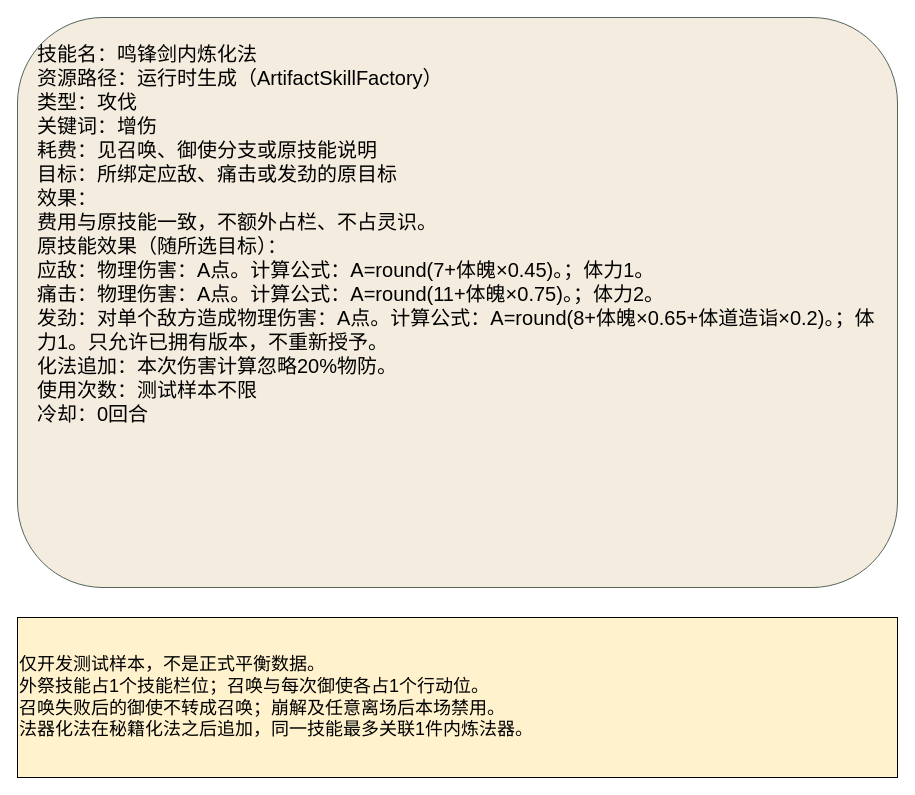
Earlier version of the draw.io diagram docs/卡牌词典/法器测试/鸣锋内炼化法.drawio (ankundanetracyc-spec/tian-guan-you-du). Source tidied: cells renumbered, new cells numbered last; positions are measured from the earlier drawing's top-left corner, leaving out a move shared by most shapes. Both pictures are drawn from the tidied source at 100%, with x=0, y=0 at pixel (17, 17).
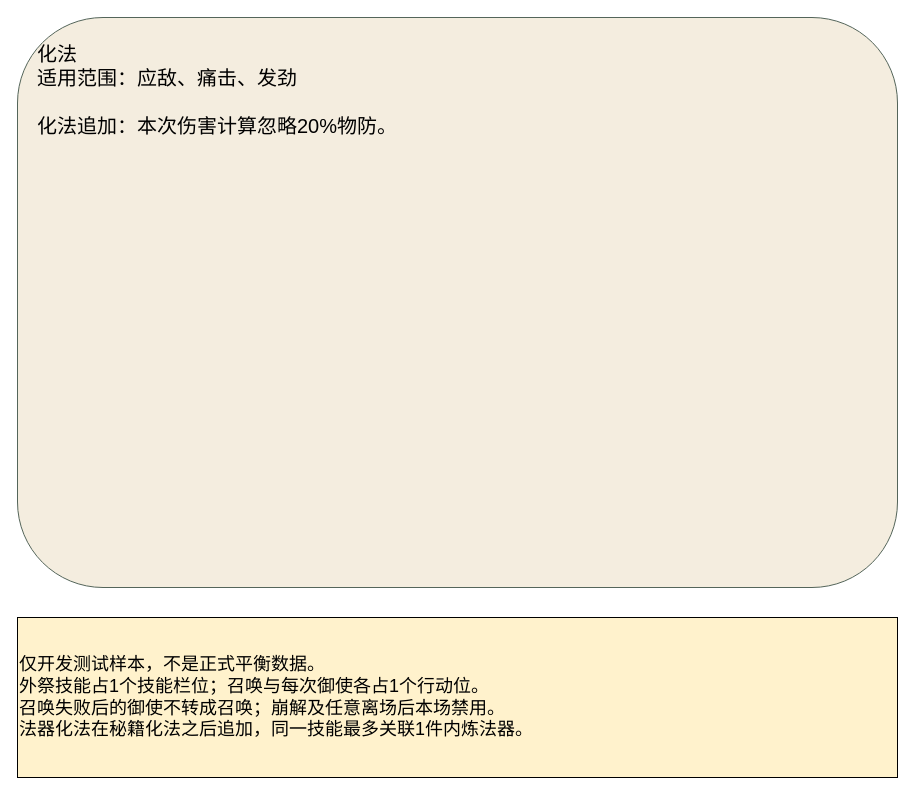
The same page after the edit.

Change to the diagram source:
```diff
@@
 <mxGraphModel>
   <root>
     <mxCell id="0" />
     <mxCell id="1" parent="0" />
-    <mxCell id="2" value="技能名：鸣锋剑内炼化法&#10;资源路径：运行时生成（ArtifactSkillFactory）&#10;类型：攻伐&#10;关键词：增伤&#10;耗费：见召唤、御使分支或原技能说明&#10;目标：所绑定应敌、痛击或发劲的原目标&#10;效果：&#10;费用与原技能一致，不额外占栏、不占灵识。&#10;原技能效果（随所选目标）：&#10;应敌：物理伤害：A点。计算公式：A=round(7+体魄×0.45)。；体力1。&#10;痛击：物理伤害：A点。计算公式：A=round(11+体魄×0.75)。；体力2。&#10;发劲：对单个敌方造成物理伤害：A点。计算公式：A=round(8+体魄×0.65+体道造诣×0.2)。；体力1。只允许已拥有版本，不重新授予。&#10;化法追加：本次伤害计算忽略20%物防。&#10;使用次数：测试样本不限&#10;冷却：0回合" style="rounded=1;whiteSpace=wrap;html=0;align=left;verticalAlign=top;spacing=20;fontSize=20;fillColor=#f4eddf;strokeColor=#54655a;" parent="1" vertex="1">
+    <mxCell id="2" value="化法&#10;适用范围：应敌、痛击、发劲&#10;&#10;化法追加：本次伤害计算忽略20%物防。" style="rounded=1;whiteSpace=wrap;html=0;align=left;verticalAlign=top;spacing=20;fontSize=20;fillColor=#f4eddf;strokeColor=#54655a;" parent="1" vertex="1">
       <mxGeometry width="880" height="570" as="geometry" />
     </mxCell>
     <mxCell id="3" value="仅开发测试样本，不是正式平衡数据。&#10;外祭技能占1个技能栏位；召唤与每次御使各占1个行动位。&#10;召唤失败后的御使不转成召唤；崩解及任意离场后本场禁用。&#10;法器化法在秘籍化法之后追加，同一技能最多关联1件内炼法器。" style="whiteSpace=wrap;html=0;align=left;fontSize=18;fillColor=#fff2cc;" parent="1" vertex="1">
       <mxGeometry y="600" width="880" height="160" as="geometry" />
     </mxCell>
   </root>
 </mxGraphModel>
```
